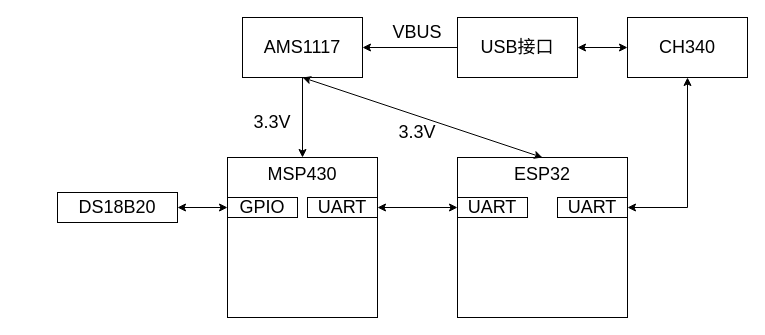
This is 控制器结构图.drawio from hjc2000/paperwork, a draw.io file, before an edit. Source tidied: cells renumbered, new cells numbered last; positions are measured from the earlier drawing's top-left corner, leaving out a move shared by most shapes. Both pictures are drawn from the tidied source at 100%, with x=0, y=0 at pixel (57, 17).
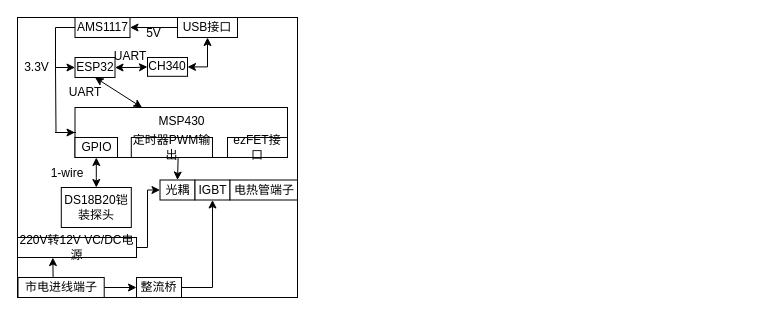
The same page after the edit.

What changed in the source:
```diff
@@
+    <mxCell id="22" style="rounded=0;whiteSpace=wrap;html=1;fontFamily=宋体;" parent="1" vertex="1">
+      <mxGeometry x="-40" width="280" height="280" as="geometry" />
+    </mxCell>
+    <mxCell id="13" style="edgeStyle=orthogonalEdgeStyle;rounded=0;jettySize=auto;html=1;entryX=1;entryY=0.5;entryDx=0;entryDy=0;fontFamily=宋体;" parent="1" edge="1" source="14" target="8">
+      <mxGeometry relative="1" as="geometry" />
+    </mxCell>
+    <mxCell id="12" style="edgeStyle=orthogonalEdgeStyle;rounded=0;jettySize=auto;html=1;entryX=1;entryY=0.5;entryDx=0;entryDy=0;fontFamily=宋体;startArrow=classic;startFill=1;" parent="1" edge="1" source="14" target="10">
+      <mxGeometry relative="1" as="geometry" />
+    </mxCell>
+    <mxCell id="14" value="USB接口" style="rounded=0;whiteSpace=wrap;html=1;fontFamily=宋体;" parent="1" vertex="1">
+      <mxGeometry x="120" width="60" height="20" as="geometry" />
+    </mxCell>
+    <mxCell id="23" style="edgeStyle=orthogonalEdgeStyle;rounded=0;jettySize=auto;html=1;entryX=0;entryY=0.5;entryDx=0;entryDy=0;fontFamily=宋体;" parent="1" edge="1" source="8" target="2">
+      <mxGeometry relative="1" as="geometry">
+        <Array as="points">
+          <mxPoint x="-2" y="10" />
+          <mxPoint x="-2" y="50" />
+        </Array>
+      </mxGeometry>
+    </mxCell>
+    <mxCell id="8" value="AMS1117" style="rounded=0;whiteSpace=wrap;html=1;fontFamily=宋体;" parent="1" vertex="1">
+      <mxGeometry x="17.5" width="55" height="20" as="geometry" />
+    </mxCell>
+    <mxCell id="24" value="5V" style="text;html=1;strokeColor=none;fillColor=none;align=center;verticalAlign=middle;whiteSpace=wrap;rounded=0;fontFamily=宋体;" parent="1" vertex="1">
+      <mxGeometry x="85" y="11" width="23" height="10" as="geometry" />
+    </mxCell>
+    <mxCell id="25" style="edgeStyle=orthogonalEdgeStyle;rounded=0;jettySize=auto;html=1;entryX=0;entryY=0.5;entryDx=0;entryDy=0;fontFamily=宋体;startArrow=classic;startFill=1;" parent="1" edge="1" source="2" target="10">
+      <mxGeometry relative="1" as="geometry" />
+    </mxCell>
-    <mxCell id="2" value="ESP32" style="rounded=0;whiteSpace=wrap;html=1;fontSize=18;verticalAlign=top;" parent="1" vertex="1">
-      <mxGeometry x="400" y="140" width="170" height="160" as="geometry" />
+    <mxCell id="2" value="ESP32" style="rounded=0;whiteSpace=wrap;html=1;fontFamily=宋体;" parent="1" vertex="1">
+      <mxGeometry x="17.5" y="40" width="40" height="20" as="geometry" />
     </mxCell>
-    <mxCell id="3" value="UART" style="rounded=0;whiteSpace=wrap;html=1;fontSize=18;" parent="1" vertex="1">
-      <mxGeometry x="400" y="180" width="70" height="20" as="geometry" />
-    </mxCell>
+    <mxCell id="26" value="3.3V" style="text;html=1;strokeColor=none;fillColor=none;align=center;verticalAlign=middle;whiteSpace=wrap;rounded=0;fontFamily=宋体;" parent="1" vertex="1">
+      <mxGeometry x="-39" y="45" width="37" height="10" as="geometry" />
+    </mxCell>
-    <mxCell id="4" value="MSP430" style="rounded=0;whiteSpace=wrap;html=1;fontSize=18;verticalAlign=top;" parent="1" vertex="1">
-      <mxGeometry x="170" y="140" width="150" height="160" as="geometry" />
+    <mxCell id="4" value="MSP430" style="rounded=0;whiteSpace=wrap;html=1;fontFamily=宋体;verticalAlign=top;" parent="1" vertex="1">
+      <mxGeometry x="17.5" y="90" width="212.5" height="50" as="geometry" />
     </mxCell>
-    <mxCell id="5" style="edgeStyle=orthogonalEdgeStyle;rounded=0;jettySize=auto;html=1;fontSize=18;startArrow=classic;startFill=1;" parent="1" edge="1" source="6" target="3">
-      <mxGeometry relative="1" as="geometry" />
-    </mxCell>
-    <mxCell id="6" value="UART" style="rounded=0;whiteSpace=wrap;html=1;fontSize=18;" parent="1" vertex="1">
-      <mxGeometry x="250" y="180" width="70" height="20" as="geometry" />
-    </mxCell>
-    <mxCell id="7" style="edgeStyle=orthogonalEdgeStyle;rounded=0;jettySize=auto;html=1;entryX=0.5;entryY=0;entryDx=0;entryDy=0;fontSize=18;startArrow=none;startFill=0;" parent="1" edge="1" source="8" target="4">
-      <mxGeometry relative="1" as="geometry" />
-    </mxCell>
-    <mxCell id="8" value="AMS1117" style="rounded=0;whiteSpace=wrap;html=1;fontSize=18;" parent="1" vertex="1">
-      <mxGeometry x="185" width="120" height="60" as="geometry" />
-    </mxCell>
-    <mxCell id="9" style="edgeStyle=orthogonalEdgeStyle;rounded=0;jettySize=auto;html=1;entryX=1;entryY=0.5;entryDx=0;entryDy=0;fontSize=18;startArrow=classic;startFill=1;" parent="1" edge="1" source="10" target="11">
-      <mxGeometry relative="1" as="geometry">
-        <Array as="points">
-          <mxPoint x="630" y="190" />
-        </Array>
-      </mxGeometry>
-    </mxCell>
+    <mxCell id="27" style="endArrow=none;html=1;rounded=0;fontFamily=宋体;exitX=1;exitY=0.5;exitDx=0;exitDy=0;entryX=1;entryY=0.5;entryDx=0;entryDy=0;" parent="1" edge="1" source="26" target="29">
+      <mxGeometry relative="1" as="geometry" />
+    </mxCell>
+    <mxCell id="28" style="edgeStyle=orthogonalEdgeStyle;rounded=0;jettySize=auto;html=1;entryX=0;entryY=0.5;entryDx=0;entryDy=0;fontFamily=宋体;" parent="1" edge="1" source="29" target="4">
+      <mxGeometry relative="1" as="geometry" />
+    </mxCell>
+    <mxCell id="29" value="&amp;nbsp;" style="text;html=1;strokeColor=none;fillColor=none;align=center;verticalAlign=middle;whiteSpace=wrap;rounded=0;fontFamily=宋体;" parent="1" vertex="1">
+      <mxGeometry x="-39.5" y="110" width="38" height="10" as="geometry" />
+    </mxCell>
+    <mxCell id="30" style="endArrow=classic;startArrow=classic;html=1;rounded=0;fontFamily=宋体;entryX=0.5;entryY=1;entryDx=0;entryDy=0;" parent="1" edge="1" source="4" target="2">
+      <mxGeometry relative="1" as="geometry" />
+    </mxCell>
+    <mxCell id="31" value="UART" style="text;html=1;strokeColor=none;fillColor=none;align=center;verticalAlign=middle;whiteSpace=wrap;rounded=0;fontFamily=宋体;" parent="1" vertex="1">
+      <mxGeometry x="10" y="68.8" width="35.5" height="12.5" as="geometry" />
+    </mxCell>
-    <mxCell id="10" value="CH340" style="rounded=0;whiteSpace=wrap;html=1;fontSize=18;" parent="1" vertex="1">
-      <mxGeometry x="570" width="120" height="60" as="geometry" />
+    <mxCell id="10" value="CH340" style="rounded=0;whiteSpace=wrap;html=1;fontFamily=宋体;" parent="1" vertex="1">
+      <mxGeometry x="90" y="40" width="40" height="18.8" as="geometry" />
     </mxCell>
-    <mxCell id="11" value="UART" style="rounded=0;whiteSpace=wrap;html=1;fontSize=18;" parent="1" vertex="1">
-      <mxGeometry x="500" y="180" width="70" height="20" as="geometry" />
-    </mxCell>
-    <mxCell id="12" style="edgeStyle=orthogonalEdgeStyle;rounded=0;jettySize=auto;html=1;entryX=0;entryY=0.5;entryDx=0;entryDy=0;fontSize=18;startArrow=classic;startFill=1;" parent="1" edge="1" source="14" target="10">
-      <mxGeometry relative="1" as="geometry" />
-    </mxCell>
-    <mxCell id="13" style="edgeStyle=orthogonalEdgeStyle;rounded=0;jettySize=auto;html=1;entryX=1;entryY=0.5;entryDx=0;entryDy=0;fontSize=18;startArrow=none;startFill=0;" parent="1" edge="1" source="14" target="8">
-      <mxGeometry relative="1" as="geometry" />
-    </mxCell>
-    <mxCell id="14" value="USB接口" style="rounded=0;whiteSpace=wrap;html=1;fontSize=18;" parent="1" vertex="1">
-      <mxGeometry x="400" width="120" height="60" as="geometry" />
-    </mxCell>
-    <mxCell id="15" value="VBUS" style="text;html=1;strokeColor=none;fillColor=none;align=center;verticalAlign=middle;whiteSpace=wrap;rounded=0;fontSize=18;" parent="1" vertex="1">
-      <mxGeometry x="330" width="60" height="30" as="geometry" />
-    </mxCell>
-    <mxCell id="16" style="endArrow=classic;startArrow=classic;html=1;rounded=0;fontSize=18;entryX=0.5;entryY=1;entryDx=0;entryDy=0;exitX=0.5;exitY=0;exitDx=0;exitDy=0;" parent="1" edge="1" source="2" target="8">
-      <mxGeometry relative="1" as="geometry" />
-    </mxCell>
-    <mxCell id="17" value="3.3V" style="text;html=1;strokeColor=none;fillColor=none;align=center;verticalAlign=middle;whiteSpace=wrap;rounded=0;fontSize=18;" parent="1" vertex="1">
-      <mxGeometry x="185" y="90" width="60" height="30" as="geometry" />
-    </mxCell>
-    <mxCell id="18" value="3.3V" style="text;html=1;strokeColor=none;fillColor=none;align=center;verticalAlign=middle;whiteSpace=wrap;rounded=0;fontSize=18;" parent="1" vertex="1">
-      <mxGeometry x="330" y="100" width="60" height="30" as="geometry" />
-    </mxCell>
+    <mxCell id="32" value="UART" style="text;html=1;strokeColor=none;fillColor=none;align=center;verticalAlign=middle;whiteSpace=wrap;rounded=0;fontFamily=宋体;" parent="1" vertex="1">
+      <mxGeometry x="54.5" y="32.5" width="35.5" height="12.5" as="geometry" />
+    </mxCell>
+    <mxCell id="33" value="ezFET接口" style="rounded=0;whiteSpace=wrap;html=1;fontFamily=宋体;" parent="1" vertex="1">
+      <mxGeometry x="170" y="120" width="60" height="20" as="geometry" />
+    </mxCell>
+    <mxCell id="34" style="edgeStyle=orthogonalEdgeStyle;rounded=0;jettySize=auto;html=1;entryX=0.5;entryY=0;entryDx=0;entryDy=0;fontFamily=宋体;startArrow=classic;startFill=1;" parent="1" edge="1" source="19" target="35">
+      <mxGeometry relative="1" as="geometry" />
+    </mxCell>
-    <mxCell id="19" value="GPIO" style="rounded=0;whiteSpace=wrap;html=1;fontSize=18;" parent="1" vertex="1">
-      <mxGeometry x="170" y="180" width="70" height="20" as="geometry" />
+    <mxCell id="19" value="GPIO" style="rounded=0;whiteSpace=wrap;html=1;fontFamily=宋体;" parent="1" vertex="1">
+      <mxGeometry x="17.5" y="120" width="42.5" height="20" as="geometry" />
     </mxCell>
-    <mxCell id="20" style="edgeStyle=orthogonalEdgeStyle;rounded=0;jettySize=auto;html=1;entryX=0;entryY=0.5;entryDx=0;entryDy=0;fontSize=18;startArrow=classic;startFill=1;" parent="1" edge="1" source="21" target="19">
-      <mxGeometry relative="1" as="geometry" />
-    </mxCell>
-    <mxCell id="21" value="DS18B20" style="rounded=0;whiteSpace=wrap;html=1;fontSize=18;" parent="1" vertex="1">
-      <mxGeometry y="175" width="120" height="30" as="geometry" />
-    </mxCell>
+    <mxCell id="35" value="DS18B20铠装探头" style="rounded=0;whiteSpace=wrap;html=1;fontFamily=宋体;" parent="1" vertex="1">
+      <mxGeometry x="3.8" y="170" width="70" height="40" as="geometry" />
+    </mxCell>
+    <mxCell id="36" value="1-wire" style="text;html=1;strokeColor=none;fillColor=none;align=center;verticalAlign=middle;whiteSpace=wrap;rounded=0;fontFamily=宋体;" parent="1" vertex="1">
+      <mxGeometry x="-10" y="150" width="40" height="12.5" as="geometry" />
+    </mxCell>
+    <mxCell id="37" value="光耦" style="rounded=0;whiteSpace=wrap;html=1;fontFamily=宋体;" parent="1" vertex="1">
+      <mxGeometry x="102.5" y="162.5" width="35" height="20" as="geometry" />
+    </mxCell>
+    <mxCell id="38" value="定时器PWM输出" style="rounded=0;whiteSpace=wrap;html=1;fontFamily=宋体;" parent="1" vertex="1">
+      <mxGeometry x="73.8" y="120" width="81.2" height="20" as="geometry" />
+    </mxCell>
+    <mxCell id="39" style="edgeStyle=orthogonalEdgeStyle;rounded=0;jettySize=auto;html=1;fontFamily=宋体;startArrow=none;startFill=0;" parent="1" edge="1" source="40" target="46">
+      <mxGeometry relative="1" as="geometry" />
+    </mxCell>
+    <mxCell id="40" value="市电进线端子" style="rounded=0;whiteSpace=wrap;html=1;fontFamily=宋体;" parent="1" vertex="1">
+      <mxGeometry x="-39.5" y="260" width="86.2" height="20" as="geometry" />
+    </mxCell>
+    <mxCell id="41" style="edgeStyle=orthogonalEdgeStyle;rounded=0;jettySize=auto;html=1;entryX=0;entryY=0.5;entryDx=0;entryDy=0;fontFamily=宋体;startArrow=none;startFill=0;" parent="1" edge="1" source="42" target="37">
+      <mxGeometry relative="1" as="geometry">
+        <Array as="points">
+          <mxPoint x="90" y="230" />
+          <mxPoint x="90" y="173" />
+        </Array>
+      </mxGeometry>
+    </mxCell>
+    <mxCell id="42" value="220V转12V VC/DC电源" style="rounded=0;whiteSpace=wrap;html=1;fontFamily=宋体;" parent="1" vertex="1">
+      <mxGeometry x="-40" y="220" width="119" height="20" as="geometry" />
+    </mxCell>
+    <mxCell id="43" style="endArrow=classic;html=1;rounded=0;fontFamily=宋体;exitX=0.407;exitY=0.018;exitDx=0;exitDy=0;exitPerimeter=0;entryX=0.297;entryY=1.004;entryDx=0;entryDy=0;entryPerimeter=0;" parent="1" edge="1" target="42">
+      <mxGeometry relative="1" as="geometry">
+        <mxPoint x="-4.4" y="260.4" as="sourcePoint" />
+      </mxGeometry>
+    </mxCell>
+    <mxCell id="44" value="IGBT" style="rounded=0;whiteSpace=wrap;html=1;fontFamily=宋体;" parent="1" vertex="1">
+      <mxGeometry x="137.5" y="162.5" width="35" height="20" as="geometry" />
+    </mxCell>
+    <mxCell id="45" style="edgeStyle=orthogonalEdgeStyle;rounded=0;jettySize=auto;html=1;entryX=0.5;entryY=1;entryDx=0;entryDy=0;fontFamily=宋体;startArrow=none;startFill=0;" parent="1" edge="1" source="46" target="44">
+      <mxGeometry relative="1" as="geometry" />
+    </mxCell>
+    <mxCell id="46" value="整流桥" style="rounded=0;whiteSpace=wrap;html=1;fontFamily=宋体;" parent="1" vertex="1">
+      <mxGeometry x="79" y="260" width="45" height="20" as="geometry" />
+    </mxCell>
+    <mxCell id="47" value="电热管端子" style="rounded=0;whiteSpace=wrap;html=1;fontFamily=宋体;" parent="1" vertex="1">
+      <mxGeometry x="172.5" y="162.5" width="67.5" height="20" as="geometry" />
+    </mxCell>
+    <mxCell id="48" style="endArrow=classic;html=1;rounded=0;fontFamily=宋体;exitX=0.577;exitY=0.993;exitDx=0;exitDy=0;exitPerimeter=0;entryX=0.5;entryY=0;entryDx=0;entryDy=0;" parent="1" edge="1" source="38" target="37">
+      <mxGeometry relative="1" as="geometry" />
+    </mxCell>
```
